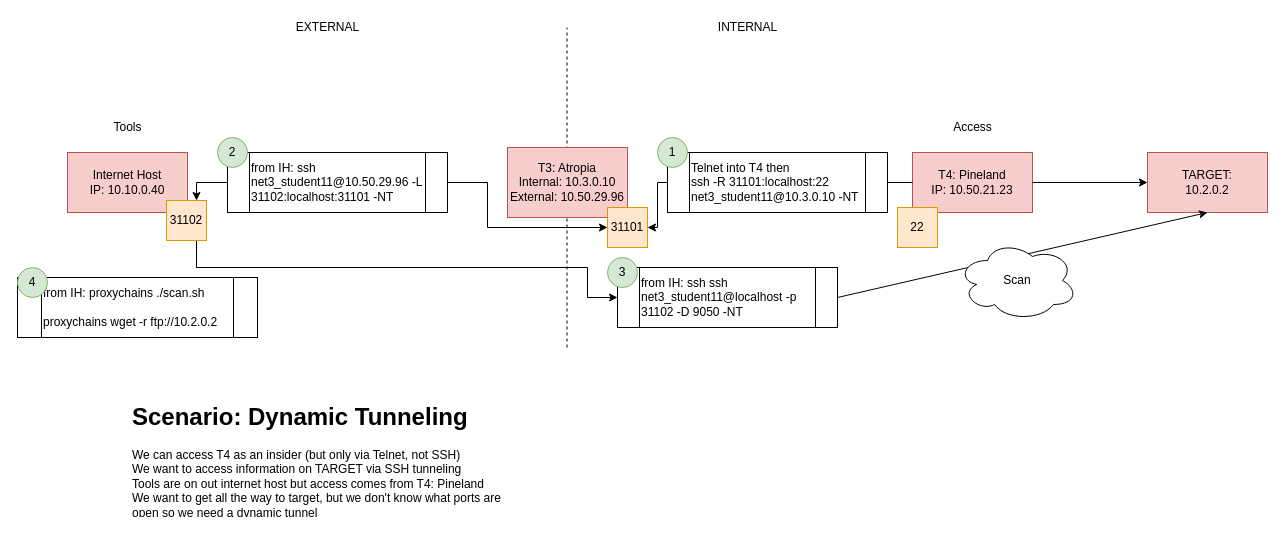
Earlier version of the draw.io diagram ctf/CTF_tunneling5.drawio (abfarr/cctc). Source tidied: cells renumbered, new cells numbered last; positions are measured from the earlier drawing's top-left corner, leaving out a move shared by most shapes. Both pictures are drawn from the tidied source at 100%, with x=0, y=0 at pixel (17, 17).
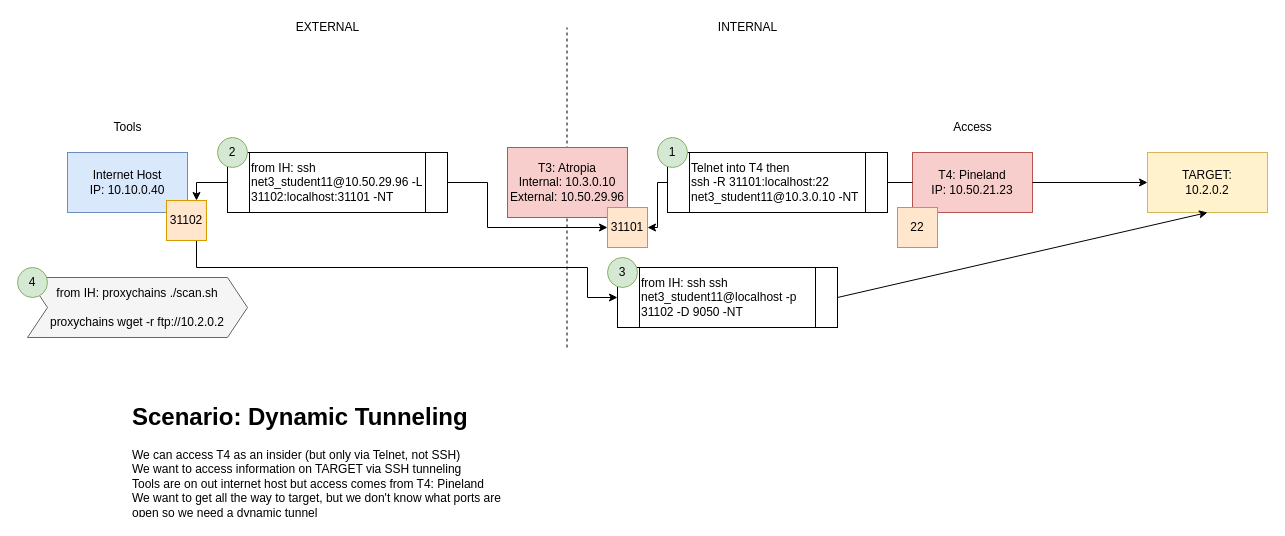
The same page after the edit.

Change to the diagram source:
```diff
@@
+    <mxCell id="28" value="&lt;span style=&quot;color: rgb(0 , 0 , 0) ; text-align: left&quot;&gt;from IH: proxychains ./scan.sh&lt;/span&gt;&lt;br style=&quot;color: rgb(0 , 0 , 0) ; text-align: left&quot;&gt;&lt;br style=&quot;color: rgb(0 , 0 , 0) ; text-align: left&quot;&gt;&lt;span style=&quot;color: rgb(0 , 0 , 0) ; text-align: left&quot;&gt;proxychains wget -r ftp://10.2.0.2&lt;/span&gt;" style="shape=step;perimeter=stepPerimeter;whiteSpace=wrap;html=1;fixedSize=1;align=center;fillColor=#f5f5f5;fontColor=#333333;strokeColor=#666666;" parent="1" vertex="1">
+      <mxGeometry x="10" y="260" width="220" height="60" as="geometry" />
+    </mxCell>
@@
-    <mxCell id="3" value="Internet Host&lt;br&gt;IP: 10.10.0.40" style="rounded=0;whiteSpace=wrap;html=1;fillColor=#f8cecc;strokeColor=#b85450;" parent="1" vertex="1">
+    <mxCell id="3" value="Internet Host&lt;br&gt;IP: 10.10.0.40" style="rounded=0;whiteSpace=wrap;html=1;fillColor=#dae8fc;strokeColor=#6c8ebf;" parent="1" vertex="1">
       <mxGeometry x="50" y="135" width="120" height="60" as="geometry" />
     </mxCell>
@@
-    <mxCell id="9" value="TARGET:&lt;br&gt;10.2.0.2" style="rounded=0;whiteSpace=wrap;html=1;fillColor=#f8cecc;strokeColor=#b85450;" parent="1" vertex="1">
+    <mxCell id="9" value="TARGET:&lt;br&gt;10.2.0.2" style="rounded=0;whiteSpace=wrap;html=1;fillColor=#fff2cc;strokeColor=#d6b656;" parent="1" vertex="1">
       <mxGeometry x="1130" y="135" width="120" height="60" as="geometry" />
     </mxCell>
@@
-    <mxCell id="28" value="from IH: proxychains ./scan.sh&lt;br&gt;&lt;br&gt;proxychains wget -r ftp://10.2.0.2" style="shape=process;whiteSpace=wrap;html=1;backgroundOutline=1;align=left;" parent="1" vertex="1">
-      <mxGeometry y="260" width="240" height="60" as="geometry" />
-    </mxCell>
@@
-    <mxCell id="30" value="Scan" style="ellipse;shape=cloud;whiteSpace=wrap;html=1;" parent="1" vertex="1">
-      <mxGeometry x="940" y="223" width="120" height="80" as="geometry" />
-    </mxCell>
```
